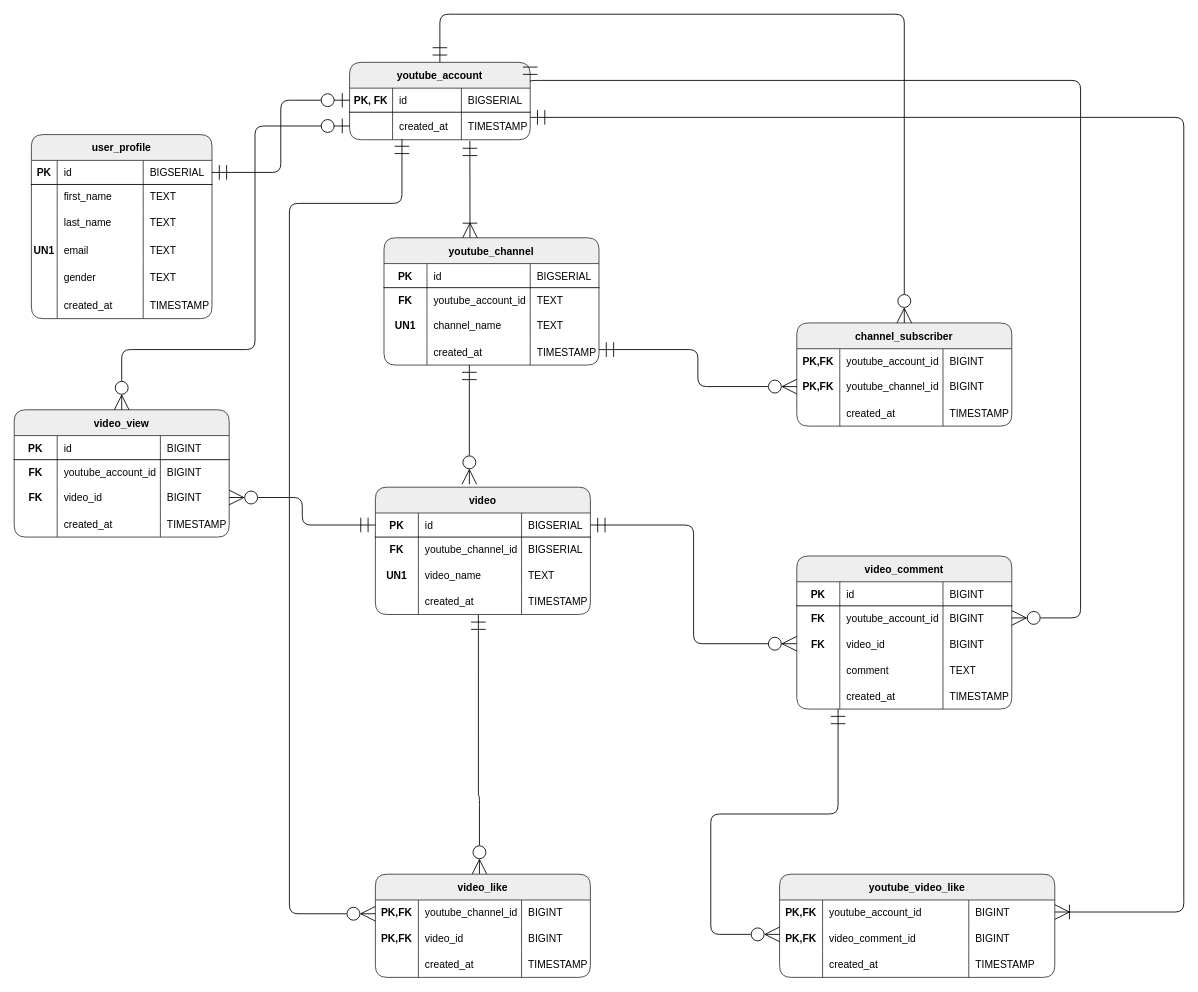
The draw.io diagram YoutubeDiagram.drawio in mskydream/erd-course, before the edit. Source tidied: cells renumbered, new cells numbered last; positions are measured from the earlier drawing's top-left corner, leaving out a move shared by most shapes. Both pictures are drawn from the tidied source at 86%, with x=0, y=0 at pixel (14, 14).
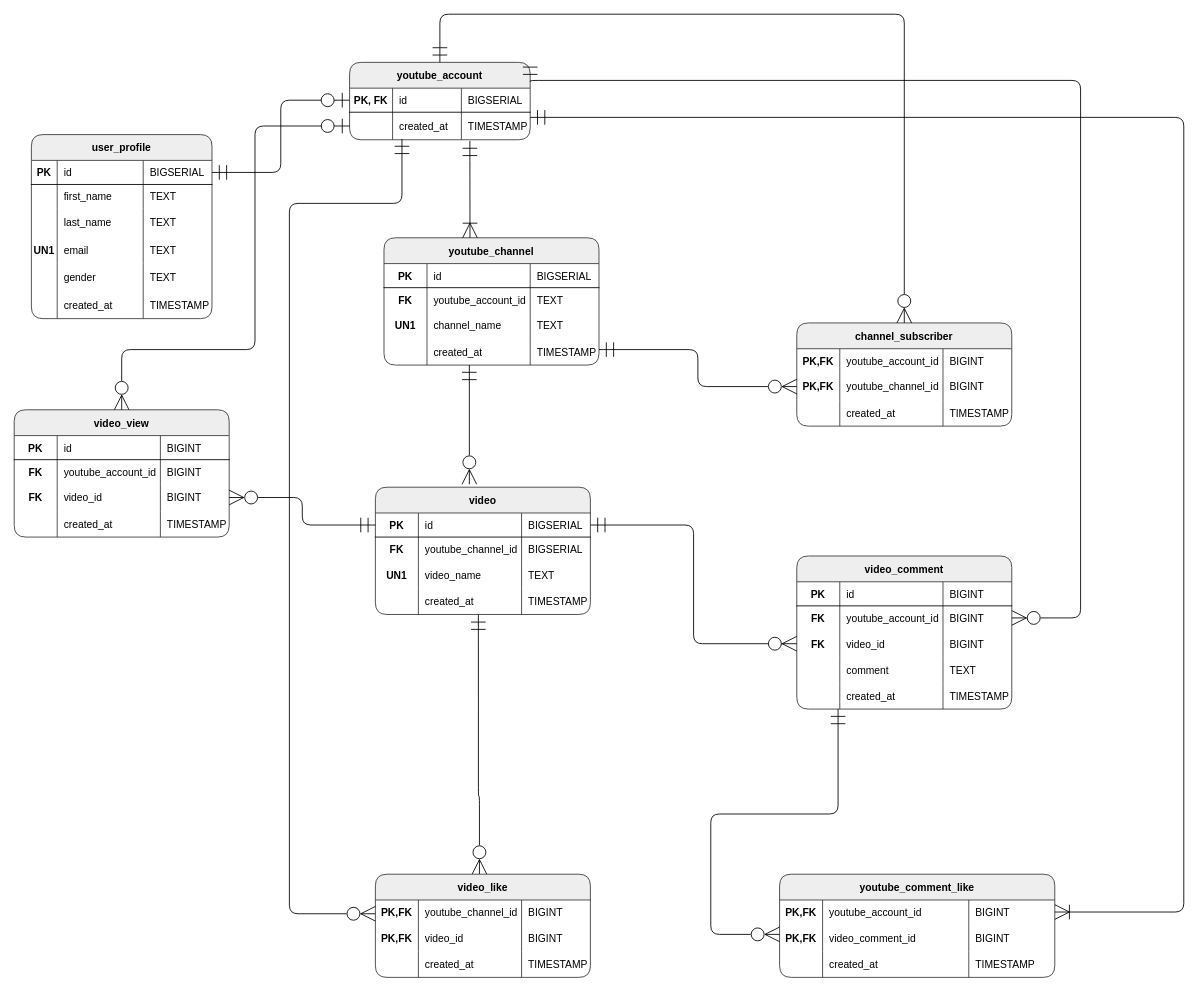
The same diagram, later.

Change to the diagram source:
```diff
@@
-    <mxCell id="144" value="youtube_video_like" style="shape=table;startSize=30;childLayout=tableLayout;rowLines=0;fontStyle=1;align=center;fillColor=#eeeeee;strokeColor=#36393D;rounded=1;" parent="1" vertex="1">
+    <mxCell id="144" value="youtube_comment_like" style="shape=table;startSize=30;childLayout=tableLayout;rowLines=0;fontStyle=1;align=center;fillColor=#eeeeee;strokeColor=#36393D;rounded=1;" parent="1" vertex="1">
       <mxGeometry x="890" y="1000" width="320" height="120" as="geometry" />
     </mxCell>
```
